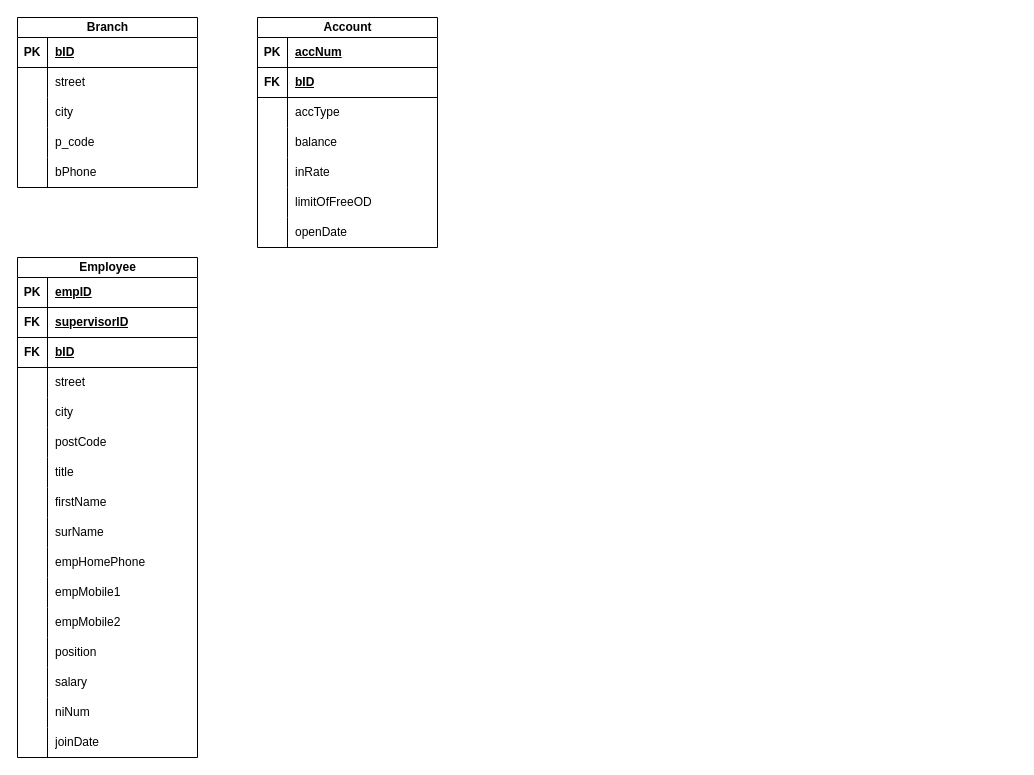
Above: ADVDB.drawio in ervette/systemathic-design (draw.io), before the change. Source tidied: cells renumbered, new cells numbered last; positions are measured from the earlier drawing's top-left corner, leaving out a move shared by most shapes. Both pictures are drawn from the tidied source at 100%, with x=0, y=0 at pixel (17, 17).
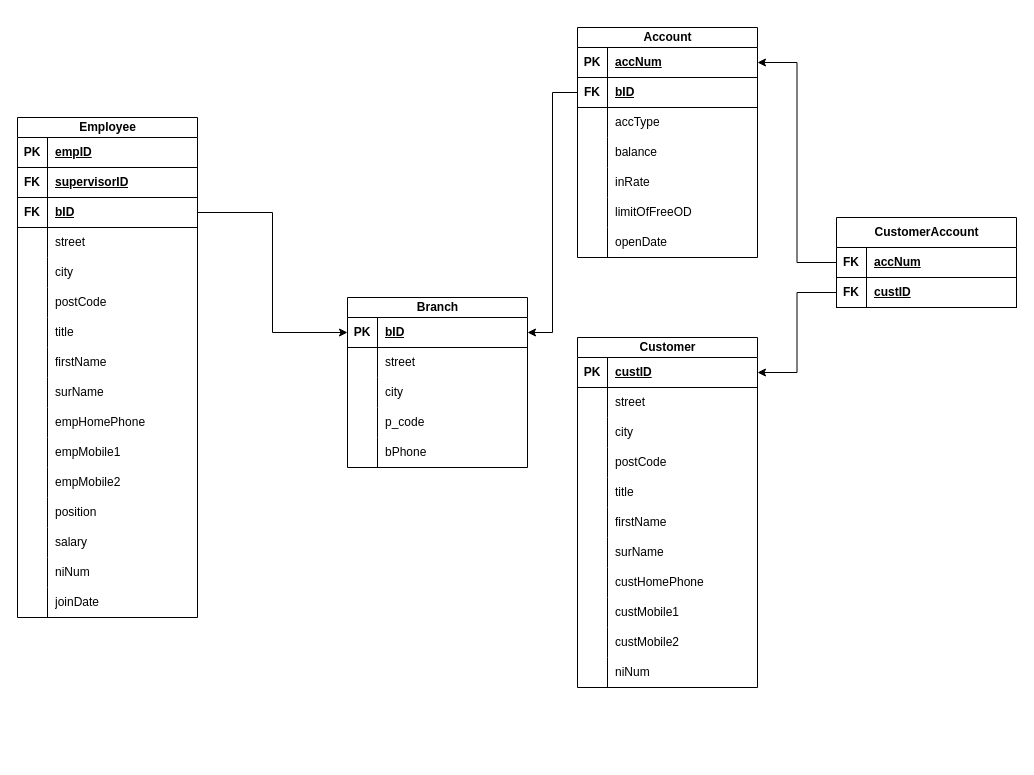
The same page after the edit.

Unchanged cells that the change refers to:
```xml
<mxCell id="3" style="shape=tableRow;horizontal=0;startSize=0;swimlaneHead=0;swimlaneBody=0;fillColor=none;points=[[0,0.5],[1,0.5]];portConstraint=eastwest;top=0;left=0;right=0;bottom=1;" parent="2" vertex="1">
  <mxGeometry y="20" width="180" height="30" as="geometry" />
</mxCell>
<mxCell id="19" style="shape=tableRow;horizontal=0;startSize=0;swimlaneHead=0;swimlaneBody=0;fillColor=none;points=[[0,0.5],[1,0.5]];portConstraint=eastwest;top=0;left=0;right=0;bottom=1;" parent="18" vertex="1">
  <mxGeometry y="20" width="180" height="30" as="geometry" />
</mxCell>
<mxCell id="22" style="shape=tableRow;horizontal=0;startSize=0;swimlaneHead=0;swimlaneBody=0;fillColor=none;points=[[0,0.5],[1,0.5]];portConstraint=eastwest;top=0;left=0;right=0;bottom=1;" parent="18" vertex="1">
  <mxGeometry y="50" width="180" height="30" as="geometry" />
</mxCell>
<mxCell id="47" style="shape=tableRow;horizontal=0;startSize=0;swimlaneHead=0;swimlaneBody=0;fillColor=none;points=[[0,0.5],[1,0.5]];portConstraint=eastwest;top=0;left=0;right=0;bottom=1;" parent="40" vertex="1">
  <mxGeometry y="80" width="180" height="30" as="geometry" />
</mxCell>
```

What changed in the source:
```diff
@@
     <mxCell id="2" value="Branch" style="shape=table;startSize=20;childLayout=tableLayout;rowLines=0;fontStyle=1;align=center;html=1;" parent="1" vertex="1">
-      <mxGeometry width="180" height="170" as="geometry" />
+      <mxGeometry x="330" y="280" width="180" height="170" as="geometry" />
     </mxCell>
@@
     <mxCell id="18" value="Account" style="shape=table;startSize=20;childLayout=tableLayout;rowLines=0;fontStyle=1;align=center;html=1;" parent="1" vertex="1">
-      <mxGeometry x="240" width="180" height="230" as="geometry" />
+      <mxGeometry x="560" y="10" width="180" height="230" as="geometry" />
     </mxCell>
@@
     <mxCell id="40" value="Employee" style="shape=table;startSize=20;childLayout=tableLayout;rowLines=0;fontStyle=1;align=center;html=1;" parent="1" vertex="1">
-      <mxGeometry y="240" width="180" height="500" as="geometry" />
+      <mxGeometry y="100" width="180" height="500" as="geometry" />
     </mxCell>
@@
+    <mxCell id="89" value="Customer" style="shape=table;startSize=20;childLayout=tableLayout;rowLines=0;fontStyle=1;align=center;html=1;" parent="1" vertex="1">
+      <mxGeometry x="560" y="320" width="180" height="350" as="geometry" />
+    </mxCell>
+    <mxCell id="90" style="shape=tableRow;horizontal=0;startSize=0;swimlaneHead=0;swimlaneBody=0;fillColor=none;points=[[0,0.5],[1,0.5]];portConstraint=eastwest;top=0;left=0;right=0;bottom=1;" parent="89" vertex="1">
+      <mxGeometry y="20" width="180" height="30" as="geometry" />
+    </mxCell>
+    <mxCell id="91" value="PK" style="shape=partialRectangle;fillColor=none;top=0;left=0;bottom=0;right=0;fontStyle=1;overflow=hidden;whiteSpace=wrap;html=1;" parent="90" vertex="1">
+      <mxGeometry width="30" height="30" as="geometry" />
+    </mxCell>
+    <mxCell id="92" value="custID" style="shape=partialRectangle;fillColor=none;top=0;left=0;bottom=0;right=0;align=left;spacingLeft=6;fontStyle=5;overflow=hidden;whiteSpace=wrap;html=1;" parent="90" vertex="1">
+      <mxGeometry x="30" width="150" height="30" as="geometry" />
+    </mxCell>
+    <mxCell id="93" style="shape=tableRow;horizontal=0;startSize=0;swimlaneHead=0;swimlaneBody=0;fillColor=none;top=0;left=0;right=0;bottom=0;" parent="89" vertex="1">
+      <mxGeometry y="50" width="180" height="30" as="geometry" />
+    </mxCell>
+    <mxCell id="94" style="shape=partialRectangle;fillColor=none;top=0;left=0;bottom=0;right=0;overflow=hidden;whiteSpace=wrap;html=1;" parent="93" vertex="1">
+      <mxGeometry width="30" height="30" as="geometry" />
+    </mxCell>
+    <mxCell id="95" value="street" style="shape=partialRectangle;fillColor=none;top=0;left=0;bottom=0;right=0;align=left;spacingLeft=6;overflow=hidden;whiteSpace=wrap;html=1;" parent="93" vertex="1">
+      <mxGeometry x="30" width="150" height="30" as="geometry" />
+    </mxCell>
+    <mxCell id="96" style="shape=tableRow;horizontal=0;startSize=0;swimlaneHead=0;swimlaneBody=0;fillColor=none;top=0;left=0;right=0;bottom=0;" parent="89" vertex="1">
+      <mxGeometry y="80" width="180" height="30" as="geometry" />
+    </mxCell>
+    <mxCell id="97" style="shape=partialRectangle;fillColor=none;top=0;left=0;bottom=0;right=0;overflow=hidden;whiteSpace=wrap;html=1;" parent="96" vertex="1">
+      <mxGeometry width="30" height="30" as="geometry" />
+    </mxCell>
+    <mxCell id="98" value="city" style="shape=partialRectangle;fillColor=none;top=0;left=0;bottom=0;right=0;align=left;spacingLeft=6;overflow=hidden;whiteSpace=wrap;html=1;" parent="96" vertex="1">
+      <mxGeometry x="30" width="150" height="30" as="geometry" />
+    </mxCell>
+    <mxCell id="99" style="shape=tableRow;horizontal=0;startSize=0;swimlaneHead=0;swimlaneBody=0;fillColor=none;top=0;left=0;right=0;bottom=0;" parent="89" vertex="1">
+      <mxGeometry y="110" width="180" height="30" as="geometry" />
+    </mxCell>
+    <mxCell id="100" style="shape=partialRectangle;fillColor=none;top=0;left=0;bottom=0;right=0;overflow=hidden;whiteSpace=wrap;html=1;" parent="99" vertex="1">
+      <mxGeometry width="30" height="30" as="geometry" />
+    </mxCell>
+    <mxCell id="101" value="postCode" style="shape=partialRectangle;fillColor=none;top=0;left=0;bottom=0;right=0;align=left;spacingLeft=6;overflow=hidden;whiteSpace=wrap;html=1;" parent="99" vertex="1">
+      <mxGeometry x="30" width="150" height="30" as="geometry" />
+    </mxCell>
+    <mxCell id="102" style="shape=tableRow;horizontal=0;startSize=0;swimlaneHead=0;swimlaneBody=0;fillColor=none;top=0;left=0;right=0;bottom=0;" parent="89" vertex="1">
+      <mxGeometry y="140" width="180" height="30" as="geometry" />
+    </mxCell>
+    <mxCell id="103" style="shape=partialRectangle;fillColor=none;top=0;left=0;bottom=0;right=0;overflow=hidden;whiteSpace=wrap;html=1;" parent="102" vertex="1">
+      <mxGeometry width="30" height="30" as="geometry" />
+    </mxCell>
+    <mxCell id="104" value="title" style="shape=partialRectangle;fillColor=none;top=0;left=0;bottom=0;right=0;align=left;spacingLeft=6;overflow=hidden;whiteSpace=wrap;html=1;" parent="102" vertex="1">
+      <mxGeometry x="30" width="150" height="30" as="geometry" />
+    </mxCell>
+    <mxCell id="105" style="shape=tableRow;horizontal=0;startSize=0;swimlaneHead=0;swimlaneBody=0;fillColor=none;top=0;left=0;right=0;bottom=0;" parent="89" vertex="1">
+      <mxGeometry y="170" width="180" height="30" as="geometry" />
+    </mxCell>
+    <mxCell id="106" style="shape=partialRectangle;fillColor=none;top=0;left=0;bottom=0;right=0;overflow=hidden;whiteSpace=wrap;html=1;" parent="105" vertex="1">
+      <mxGeometry width="30" height="30" as="geometry" />
+    </mxCell>
+    <mxCell id="107" value="firstName" style="shape=partialRectangle;fillColor=none;top=0;left=0;bottom=0;right=0;align=left;spacingLeft=6;overflow=hidden;whiteSpace=wrap;html=1;" parent="105" vertex="1">
+      <mxGeometry x="30" width="150" height="30" as="geometry" />
+    </mxCell>
+    <mxCell id="108" style="shape=tableRow;horizontal=0;startSize=0;swimlaneHead=0;swimlaneBody=0;fillColor=none;top=0;left=0;right=0;bottom=0;" parent="89" vertex="1">
+      <mxGeometry y="200" width="180" height="30" as="geometry" />
+    </mxCell>
+    <mxCell id="109" style="shape=partialRectangle;fillColor=none;top=0;left=0;bottom=0;right=0;overflow=hidden;whiteSpace=wrap;html=1;" parent="108" vertex="1">
+      <mxGeometry width="30" height="30" as="geometry" />
+    </mxCell>
+    <mxCell id="110" value="surName" style="shape=partialRectangle;fillColor=none;top=0;left=0;bottom=0;right=0;align=left;spacingLeft=6;overflow=hidden;whiteSpace=wrap;html=1;" parent="108" vertex="1">
+      <mxGeometry x="30" width="150" height="30" as="geometry" />
+    </mxCell>
+    <mxCell id="111" style="shape=tableRow;horizontal=0;startSize=0;swimlaneHead=0;swimlaneBody=0;fillColor=none;top=0;left=0;right=0;bottom=0;" parent="89" vertex="1">
+      <mxGeometry y="230" width="180" height="30" as="geometry" />
+    </mxCell>
+    <mxCell id="112" style="shape=partialRectangle;fillColor=none;top=0;left=0;bottom=0;right=0;overflow=hidden;whiteSpace=wrap;html=1;" parent="111" vertex="1">
+      <mxGeometry width="30" height="30" as="geometry" />
+    </mxCell>
+    <mxCell id="113" value="&lt;span style=&quot;white-space: pre;&quot;&gt;custHomePhone&lt;/span&gt;" style="shape=partialRectangle;fillColor=none;top=0;left=0;bottom=0;right=0;align=left;spacingLeft=6;overflow=hidden;whiteSpace=wrap;html=1;" parent="111" vertex="1">
+      <mxGeometry x="30" width="150" height="30" as="geometry" />
+    </mxCell>
+    <mxCell id="114" style="shape=tableRow;horizontal=0;startSize=0;swimlaneHead=0;swimlaneBody=0;fillColor=none;top=0;left=0;right=0;bottom=0;" parent="89" vertex="1">
+      <mxGeometry y="260" width="180" height="30" as="geometry" />
+    </mxCell>
+    <mxCell id="115" style="shape=partialRectangle;fillColor=none;top=0;left=0;bottom=0;right=0;overflow=hidden;whiteSpace=wrap;html=1;" parent="114" vertex="1">
+      <mxGeometry width="30" height="30" as="geometry" />
+    </mxCell>
+    <mxCell id="116" value="custMobile1" style="shape=partialRectangle;fillColor=none;top=0;left=0;bottom=0;right=0;align=left;spacingLeft=6;overflow=hidden;whiteSpace=wrap;html=1;" parent="114" vertex="1">
+      <mxGeometry x="30" width="150" height="30" as="geometry" />
+    </mxCell>
+    <mxCell id="117" style="shape=tableRow;horizontal=0;startSize=0;swimlaneHead=0;swimlaneBody=0;fillColor=none;top=0;left=0;right=0;bottom=0;" parent="89" vertex="1">
+      <mxGeometry y="290" width="180" height="30" as="geometry" />
+    </mxCell>
+    <mxCell id="118" style="shape=partialRectangle;fillColor=none;top=0;left=0;bottom=0;right=0;overflow=hidden;whiteSpace=wrap;html=1;" parent="117" vertex="1">
+      <mxGeometry width="30" height="30" as="geometry" />
+    </mxCell>
+    <mxCell id="119" value="custMobile2" style="shape=partialRectangle;fillColor=none;top=0;left=0;bottom=0;right=0;align=left;spacingLeft=6;overflow=hidden;whiteSpace=wrap;html=1;" parent="117" vertex="1">
+      <mxGeometry x="30" width="150" height="30" as="geometry" />
+    </mxCell>
+    <mxCell id="120" style="shape=tableRow;horizontal=0;startSize=0;swimlaneHead=0;swimlaneBody=0;fillColor=none;top=0;left=0;right=0;bottom=0;" parent="89" vertex="1">
+      <mxGeometry y="320" width="180" height="30" as="geometry" />
+    </mxCell>
+    <mxCell id="121" style="shape=partialRectangle;fillColor=none;top=0;left=0;bottom=0;right=0;overflow=hidden;whiteSpace=wrap;html=1;" parent="120" vertex="1">
+      <mxGeometry width="30" height="30" as="geometry" />
+    </mxCell>
+    <mxCell id="122" value="niNum" style="shape=partialRectangle;fillColor=none;top=0;left=0;bottom=0;right=0;align=left;spacingLeft=6;overflow=hidden;whiteSpace=wrap;html=1;" parent="120" vertex="1">
+      <mxGeometry x="30" width="150" height="30" as="geometry" />
+    </mxCell>
+    <mxCell id="123" style="edgeStyle=orthogonalEdgeStyle;rounded=0;jettySize=auto;html=1;entryX=0;entryY=0.5;entryDx=0;entryDy=0;" parent="1" edge="1" source="47" target="3">
+      <mxGeometry relative="1" as="geometry" />
+    </mxCell>
+    <mxCell id="124" style="edgeStyle=orthogonalEdgeStyle;rounded=0;jettySize=auto;html=1;entryX=1;entryY=0.5;entryDx=0;entryDy=0;" parent="1" edge="1" source="22" target="3">
+      <mxGeometry relative="1" as="geometry" />
+    </mxCell>
+    <mxCell id="125" value="CustomerAccount" style="shape=table;startSize=30;childLayout=tableLayout;rowLines=0;fontStyle=1;align=center;html=1;" parent="1" vertex="1">
+      <mxGeometry x="819" y="200" width="180" height="90" as="geometry" />
+    </mxCell>
+    <mxCell id="126" style="shape=tableRow;horizontal=0;startSize=0;swimlaneHead=0;swimlaneBody=0;fillColor=none;points=[[0,0.5],[1,0.5]];portConstraint=eastwest;top=0;left=0;right=0;bottom=1;" parent="125" vertex="1">
+      <mxGeometry y="30" width="180" height="30" as="geometry" />
+    </mxCell>
+    <mxCell id="127" value="FK" style="shape=partialRectangle;fillColor=none;top=0;left=0;bottom=0;right=0;fontStyle=1;overflow=hidden;whiteSpace=wrap;html=1;" parent="126" vertex="1">
+      <mxGeometry width="30" height="30" as="geometry" />
+    </mxCell>
+    <mxCell id="128" value="accNum" style="shape=partialRectangle;fillColor=none;top=0;left=0;bottom=0;right=0;align=left;spacingLeft=6;fontStyle=5;overflow=hidden;whiteSpace=wrap;html=1;" parent="126" vertex="1">
+      <mxGeometry x="30" width="150" height="30" as="geometry" />
+    </mxCell>
+    <mxCell id="129" style="shape=tableRow;horizontal=0;startSize=0;swimlaneHead=0;swimlaneBody=0;fillColor=none;points=[[0,0.5],[1,0.5]];portConstraint=eastwest;top=0;left=0;right=0;bottom=1;" parent="125" vertex="1">
+      <mxGeometry y="60" width="180" height="30" as="geometry" />
+    </mxCell>
+    <mxCell id="130" value="FK" style="shape=partialRectangle;fillColor=none;top=0;left=0;bottom=0;right=0;fontStyle=1;overflow=hidden;whiteSpace=wrap;html=1;" parent="129" vertex="1">
+      <mxGeometry width="30" height="30" as="geometry" />
+    </mxCell>
+    <mxCell id="131" value="custID" style="shape=partialRectangle;fillColor=none;top=0;left=0;bottom=0;right=0;align=left;spacingLeft=6;fontStyle=5;overflow=hidden;whiteSpace=wrap;html=1;" parent="129" vertex="1">
+      <mxGeometry x="30" width="150" height="30" as="geometry" />
+    </mxCell>
+    <mxCell id="132" style="edgeStyle=orthogonalEdgeStyle;rounded=0;jettySize=auto;html=1;entryX=1;entryY=0.5;entryDx=0;entryDy=0;" parent="1" edge="1" source="129" target="90">
+      <mxGeometry relative="1" as="geometry" />
+    </mxCell>
+    <mxCell id="133" style="edgeStyle=orthogonalEdgeStyle;rounded=0;jettySize=auto;html=1;entryX=1;entryY=0.5;entryDx=0;entryDy=0;" parent="1" edge="1" source="126" target="19">
+      <mxGeometry relative="1" as="geometry" />
+    </mxCell>
```
